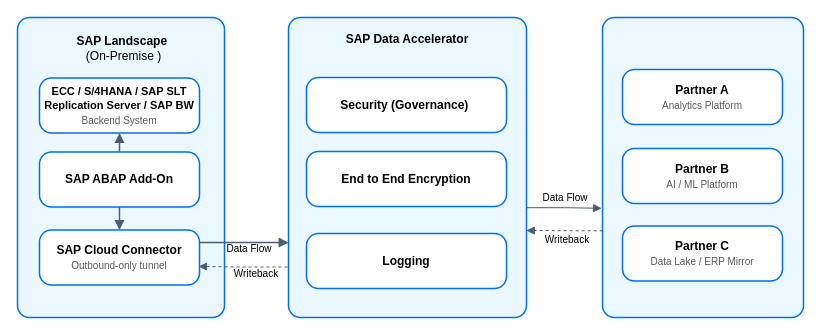
The draw.io diagram docs/ref-arch/RA0032/drawio/sap-data-accelerator.drawio in SAP/architecture-center, before the edit. Source tidied: cells renumbered, new cells numbered last; positions are measured from the earlier drawing's top-left corner, leaving out a move shared by most shapes. Both pictures are drawn from the tidied source at 100%, with x=0, y=0 at pixel (17, 17).
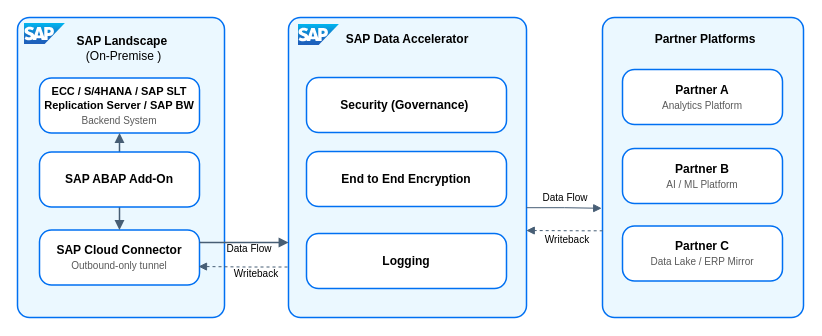
The same diagram, later.

Commit message:
[CONTENT] RA0032 - update SAP Data Accelerator architecture diagram

Change to the diagram source:
```diff
@@
+    <mxCell id="24" style="image;image=img/lib/sap/SAP_Logo.svg;editableCssRules=.*;verticalLabelPosition=middle;labelBackgroundColor=none;verticalAlign=middle;imageAspect=0;labelPosition=right;align=left;fontSize=16;fontStyle=1;spacingLeft=0;fontColor=#002A86;spacing=0;" parent="1" vertex="1">
+      <mxGeometry x="7" y="6" width="40.9" height="21" as="geometry" />
+    </mxCell>
+    <mxCell id="25" style="image;image=img/lib/sap/SAP_Logo.svg;editableCssRules=.*;verticalLabelPosition=middle;labelBackgroundColor=none;verticalAlign=middle;imageAspect=0;labelPosition=right;align=left;fontSize=16;fontStyle=1;spacingLeft=0;fontColor=#002A86;spacing=0;" parent="1" vertex="1">
+      <mxGeometry x="281" y="7" width="40.9" height="21" as="geometry" />
+    </mxCell>
+    <mxCell id="26" value="&lt;span style=&quot;text-wrap-mode: nowrap;&quot;&gt;&lt;b&gt;Partner Platforms&lt;/b&gt;&lt;/span&gt;" style="text;html=1;whiteSpace=wrap;strokeColor=none;fillColor=none;align=center;verticalAlign=middle;rounded=0;" parent="1" vertex="1">
+      <mxGeometry x="658" y="7" width="60" height="30" as="geometry" />
+    </mxCell>
```
